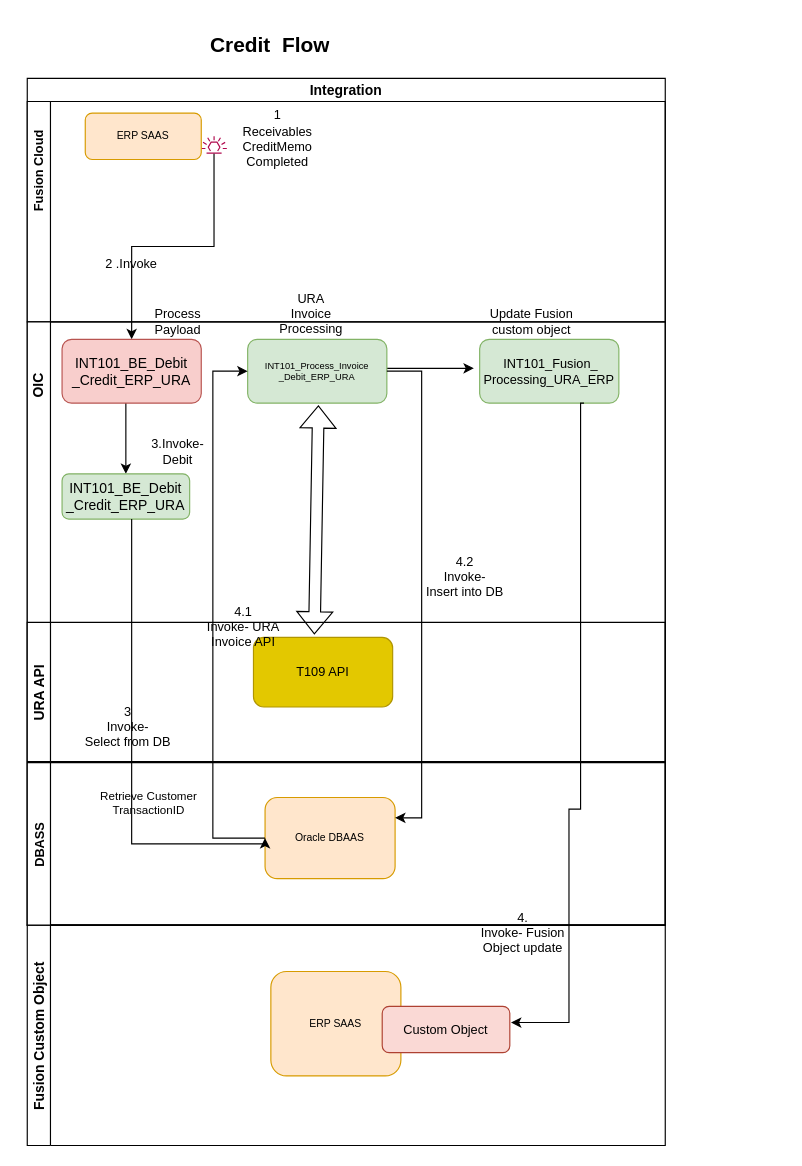
Above: Credit-Flow Diagram.drawio in anantwag19/Workspace (draw.io), before the change. Source tidied: cells renumbered, new cells numbered last; positions are measured from the earlier drawing's top-left corner, leaving out a move shared by most shapes. Both pictures are drawn from the tidied source at 116%, with x=0, y=0 at pixel (-14, 31).
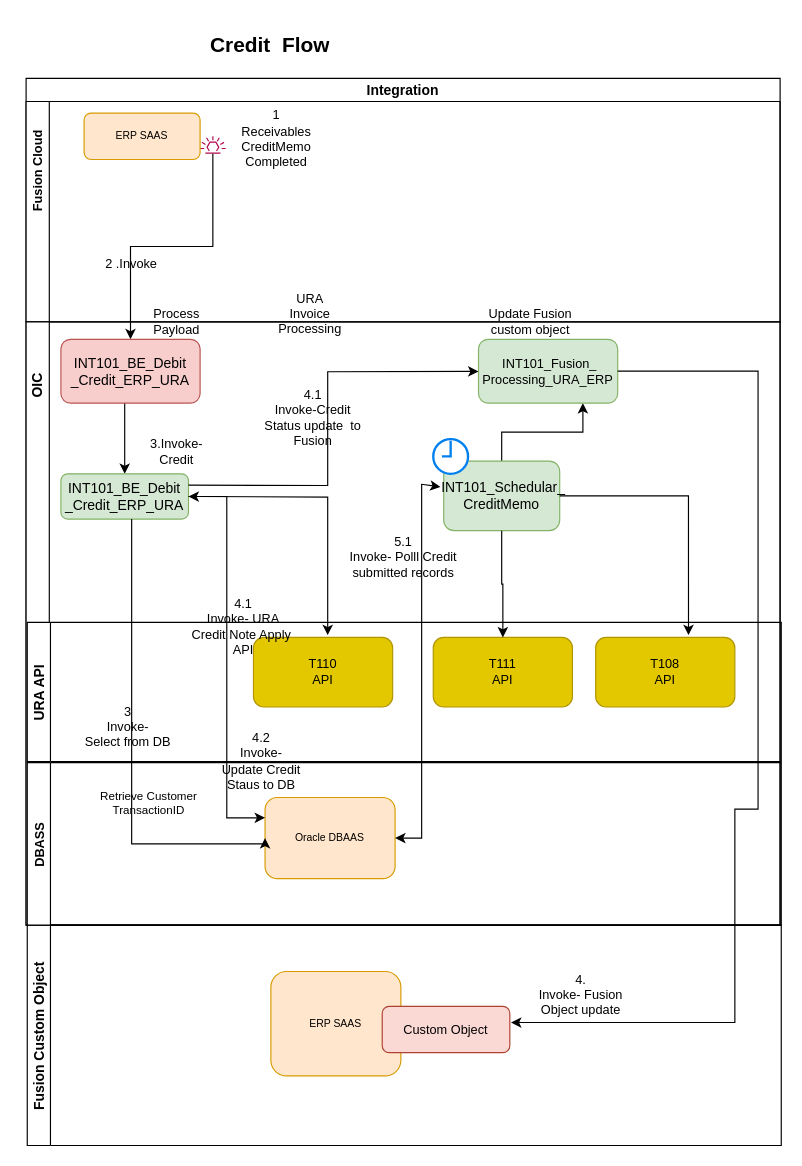
The same diagram, later.

The change refers to these unchanged cells:
```xml
<mxCell id="17" value="&lt;div style=&quot;font-size: 11px&quot;&gt;&amp;nbsp;&lt;font style=&quot;font-size: 11px&quot;&gt;INT101_Fusion_&lt;/font&gt;&lt;/div&gt;&lt;div style=&quot;font-size: 11px&quot;&gt;&lt;font style=&quot;font-size: 11px&quot;&gt;Processing_URA_ERP&lt;/font&gt;&lt;/div&gt;" style="rounded=1;whiteSpace=wrap;html=1;fillColor=#d5e8d4;strokeColor=#82b366;" parent="11" vertex="1">
  <mxGeometry x="390" y="15" width="120" height="55" as="geometry" />
</mxCell>
<mxCell id="20" value="INT101_BE_Debit _Credit_ERP_URA" style="rounded=1;whiteSpace=wrap;html=1;fillColor=#d5e8d4;strokeColor=#82b366;" parent="11" vertex="1">
  <mxGeometry x="30" y="131" width="110" height="39" as="geometry" />
</mxCell>
<mxCell id="29" value="Oracle DBAAS" style="rounded=1;whiteSpace=wrap;html=1;fontSize=9;fillColor=#ffe6cc;strokeColor=#d79b00;" parent="28" vertex="1">
  <mxGeometry x="205" y="30" width="112.1" height="70" as="geometry" />
</mxCell>
```

The edit, as a diff of the source:
```diff
@@
     <mxCell id="2" value="Integration " style="swimlane;horizontal=1;startSize=20;" parent="1" vertex="1">
-      <mxGeometry x="35" y="40" width="550" height="730" as="geometry" />
+      <mxGeometry x="34" y="40" width="650" height="730" as="geometry" />
     </mxCell>
     <mxCell id="3" style="swimlane;startSize=20;horizontal=0;" parent="2" vertex="1">
-      <mxGeometry y="20" width="550" height="190" as="geometry" />
+      <mxGeometry y="20" width="650" height="190" as="geometry" />
     </mxCell>
@@
     <mxCell id="11" style="swimlane;startSize=20;horizontal=0;" parent="2" vertex="1">
-      <mxGeometry y="210" width="550" height="520" as="geometry" />
+      <mxGeometry y="210" width="650" height="520" as="geometry" />
     </mxCell>
@@
-    <mxCell id="13" style="edgeStyle=orthogonalEdgeStyle;rounded=0;orthogonalLoop=1;jettySize=auto;html=1;entryX=0;entryY=0.5;entryDx=0;entryDy=0;fontSize=9;exitX=0.992;exitY=0.4;exitDx=0;exitDy=0;exitPerimeter=0;" parent="11" edge="1">
-      <mxGeometry relative="1" as="geometry">
-        <mxPoint x="309" y="40" as="sourcePoint" />
-        <mxPoint x="385" y="40" as="targetPoint" />
-      </mxGeometry>
-    </mxCell>
@@
+    <mxCell id="40" style="edgeStyle=orthogonalEdgeStyle;rounded=0;jettySize=auto;html=1;entryX=0.75;entryY=1;entryDx=0;entryDy=0;" parent="11" edge="1" source="16" target="17">
+      <mxGeometry relative="1" as="geometry" />
+    </mxCell>
-    <mxCell id="16" value="&lt;div style=&quot;font-size: 8px&quot;&gt;&lt;span&gt;&lt;font style=&quot;font-size: 8px&quot;&gt;INT101_Process_Invoice&lt;/font&gt;&lt;/span&gt;&lt;/div&gt;&lt;div style=&quot;font-size: 8px&quot;&gt;&lt;span&gt;&lt;font style=&quot;font-size: 8px&quot;&gt;_Debit_ERP_URA &lt;/font&gt;&lt;/span&gt;&lt;/div&gt;" style="rounded=1;whiteSpace=wrap;html=1;fillColor=#d5e8d4;strokeColor=#82b366;fontStyle=0;" parent="11" vertex="1">
-      <mxGeometry x="190" y="15" width="120" height="55" as="geometry" />
+    <mxCell id="16" value="&lt;div&gt;&amp;nbsp;INT101_Schedular_&lt;/div&gt;&lt;div&gt;CreditMemo&lt;/div&gt;" style="rounded=1;whiteSpace=wrap;html=1;fillColor=#d5e8d4;strokeColor=#82b366;fontStyle=0;" parent="11" vertex="1">
+      <mxGeometry x="360" y="120" width="100" height="60" as="geometry" />
     </mxCell>
@@
-    <mxCell id="19" style="shape=flexArrow;endArrow=classic;startArrow=classic;html=1;rounded=0;fontSize=9;exitX=0.593;exitY=-0.037;exitDx=0;exitDy=0;exitPerimeter=0;" parent="11" edge="1">
-      <mxGeometry relative="1" as="geometry">
-        <mxPoint x="247.5" y="269.4" as="sourcePoint" />
-        <mxPoint x="251" y="72" as="targetPoint" />
-      </mxGeometry>
-    </mxCell>
@@
-    <mxCell id="21" value="&lt;div&gt;4.2&lt;/div&gt;&lt;div&gt;Invoke- &lt;br&gt;&lt;/div&gt;&lt;div&gt;Insert into DB&lt;br&gt;&lt;/div&gt;" style="text;html=1;strokeColor=none;fillColor=none;align=center;verticalAlign=middle;whiteSpace=wrap;rounded=0;fontSize=11;" parent="11" vertex="1">
-      <mxGeometry x="330" y="200" width="95" height="40" as="geometry" />
-    </mxCell>
-    <mxCell id="22" value="3.Invoke-Debit " style="text;html=1;strokeColor=none;fillColor=none;align=center;verticalAlign=middle;whiteSpace=wrap;rounded=0;fontSize=11;" parent="11" vertex="1">
+    <mxCell id="22" value="3.Invoke-Credit " style="text;html=1;strokeColor=none;fillColor=none;align=center;verticalAlign=middle;whiteSpace=wrap;rounded=0;fontSize=11;" parent="11" vertex="1">
       <mxGeometry x="100" y="97" width="60" height="30" as="geometry" />
     </mxCell>
+    <mxCell id="41" style="endArrow=classic;startArrow=classic;html=1;rounded=0;exitX=1;exitY=0.5;exitDx=0;exitDy=0;" parent="11" edge="1" source="20">
+      <mxGeometry relative="1" as="geometry">
+        <mxPoint x="260" y="270" as="targetPoint" />
+        <Array as="points">
+          <mxPoint x="260" y="151" />
+        </Array>
+      </mxGeometry>
+    </mxCell>
+    <mxCell id="42" value="&lt;div&gt;4.1&lt;/div&gt;&lt;div&gt;Invoke-Credit Status update&amp;nbsp; to Fusion &lt;br&gt;&lt;/div&gt;" style="text;html=1;strokeColor=none;fillColor=none;align=center;verticalAlign=middle;whiteSpace=wrap;rounded=0;fontSize=11;" parent="11" vertex="1">
+      <mxGeometry x="200" y="60" width="95" height="45" as="geometry" />
+    </mxCell>
+    <mxCell id="43" style="endArrow=classic;html=1;rounded=0;exitX=1;exitY=0.25;exitDx=0;exitDy=0;" parent="11" edge="1" source="20" target="17">
+      <mxGeometry relative="1" as="geometry">
+        <Array as="points">
+          <mxPoint x="260" y="141" />
+          <mxPoint x="260" y="43" />
+        </Array>
+      </mxGeometry>
+    </mxCell>
+    <mxCell id="44" style="html=1;verticalLabelPosition=bottom;align=center;labelBackgroundColor=#ffffff;verticalAlign=top;strokeWidth=2;strokeColor=#0080F0;shadow=0;dashed=0;shape=mxgraph.ios7.icons.clock;" parent="11" vertex="1">
+      <mxGeometry x="351" y="101" width="30" height="30" as="geometry" />
+    </mxCell>
+    <mxCell id="45" value="&lt;div&gt;5.1&lt;/div&gt;&lt;div&gt;Invoke- Polll Credit submitted records&lt;br&gt;&lt;/div&gt;" style="text;html=1;strokeColor=none;fillColor=none;align=center;verticalAlign=middle;whiteSpace=wrap;rounded=0;fontSize=11;" parent="11" vertex="1">
+      <mxGeometry x="277.5" y="180" width="95" height="45" as="geometry" />
+    </mxCell>
@@
     <mxCell id="25" value="Fusion Custom Object" style="swimlane;startSize=20;horizontal=0;fontSize=12;fontStyle=1;" parent="1" vertex="1">
-      <mxGeometry x="35" y="770" width="550" height="190" as="geometry" />
+      <mxGeometry x="35" y="770" width="650" height="190" as="geometry" />
     </mxCell>
@@
     <mxCell id="28" value="DBASS" style="swimlane;startSize=20;horizontal=0;fontSize=11;" parent="25" vertex="1">
-      <mxGeometry y="-140" width="550" height="140" as="geometry" />
+      <mxGeometry y="-140" width="650" height="140" as="geometry" />
     </mxCell>
@@
-    <mxCell id="30" value="4.&lt;div&gt;Invoke- Fusion Object update&lt;br&gt;&lt;/div&gt;" style="text;html=1;strokeColor=none;fillColor=none;align=center;verticalAlign=middle;whiteSpace=wrap;rounded=0;fontSize=11;" parent="28" vertex="1">
-      <mxGeometry x="380" y="127" width="95" height="40" as="geometry" />
-    </mxCell>
@@
-    <mxCell id="32" style="edgeStyle=orthogonalEdgeStyle;rounded=0;jettySize=auto;html=1;entryX=1;entryY=0;entryDx=0;entryDy=0;fontSize=11;exitX=0.75;exitY=1;exitDx=0;exitDy=0;" parent="28" edge="1" source="17">
+    <mxCell id="32" style="edgeStyle=orthogonalEdgeStyle;rounded=0;jettySize=auto;html=1;entryX=1;entryY=0;entryDx=0;entryDy=0;fontSize=11;exitX=1;exitY=0.5;exitDx=0;exitDy=0;" parent="28" edge="1" source="17">
       <mxGeometry relative="1" as="geometry">
         <mxPoint x="417" y="224" as="targetPoint" />
         <Array as="points">
-          <mxPoint x="477" y="-310" />
-          <mxPoint x="477" y="40" />
-          <mxPoint x="467" y="40" />
-          <mxPoint x="467" y="224" />
+          <mxPoint x="630" y="-337" />
+          <mxPoint x="630" y="40" />
+          <mxPoint x="610" y="40" />
+          <mxPoint x="610" y="224" />
         </Array>
       </mxGeometry>
     </mxCell>
+    <mxCell id="46" value="&lt;div&gt;4.2&lt;br&gt;&lt;/div&gt;&lt;div&gt;Invoke- &lt;br&gt;&lt;/div&gt;&lt;div&gt;Update Credit Staus to DB&lt;br&gt;&lt;/div&gt;" style="text;html=1;strokeColor=none;fillColor=none;align=center;verticalAlign=middle;whiteSpace=wrap;rounded=0;fontSize=11;" parent="28" vertex="1">
+      <mxGeometry x="159" y="-30" width="86" height="58" as="geometry" />
+    </mxCell>
+    <mxCell id="30" value="4.&lt;div&gt;Invoke- Fusion Object update&lt;br&gt;&lt;/div&gt;" style="text;html=1;strokeColor=none;fillColor=none;align=center;verticalAlign=middle;whiteSpace=wrap;rounded=0;fontSize=11;" parent="25" vertex="1">
+      <mxGeometry x="430" y="40" width="95" height="40" as="geometry" />
+    </mxCell>
     <mxCell id="33" value="URA API" style="swimlane;startSize=20;horizontal=0;" parent="1" vertex="1">
-      <mxGeometry x="35" y="509" width="550" height="120" as="geometry" />
+      <mxGeometry x="35" y="509" width="650" height="120" as="geometry" />
     </mxCell>
-    <mxCell id="34" value="T109 API " style="rounded=1;whiteSpace=wrap;html=1;fontSize=11;fillColor=#e3c800;fontColor=#000000;strokeColor=#B09500;" parent="33" vertex="1">
+    <mxCell id="34" value="&lt;div&gt;T110 &lt;br&gt;&lt;/div&gt;&lt;div&gt;API &lt;/div&gt;" style="rounded=1;whiteSpace=wrap;html=1;fontSize=11;fillColor=#e3c800;fontColor=#000000;strokeColor=#B09500;" parent="33" vertex="1">
       <mxGeometry x="195" y="13" width="120" height="60" as="geometry" />
     </mxCell>
-    <mxCell id="35" value="&lt;div&gt;4.1&lt;/div&gt;&lt;div&gt;Invoke- URA Invoice API&lt;/div&gt;" style="text;html=1;strokeColor=none;fillColor=none;align=center;verticalAlign=middle;whiteSpace=wrap;rounded=0;fontSize=11;" parent="33" vertex="1">
+    <mxCell id="35" value="&lt;div&gt;4.1&lt;/div&gt;&lt;div&gt;Invoke- URA Credit Note Apply&amp;nbsp; API&lt;/div&gt;" style="text;html=1;strokeColor=none;fillColor=none;align=center;verticalAlign=middle;whiteSpace=wrap;rounded=0;fontSize=11;" parent="33" vertex="1">
       <mxGeometry x="139" y="-19" width="95" height="45" as="geometry" />
     </mxCell>
@@
-    <mxCell id="37" style="edgeStyle=orthogonalEdgeStyle;rounded=0;jettySize=auto;html=1;entryX=1;entryY=0.25;entryDx=0;entryDy=0;fontSize=11;" parent="1" edge="1" source="16" target="29">
-      <mxGeometry relative="1" as="geometry">
-        <Array as="points">
-          <mxPoint x="375" y="292" />
-          <mxPoint x="375" y="678" />
-        </Array>
-      </mxGeometry>
-    </mxCell>
+    <mxCell id="47" value="&lt;div&gt;T111&lt;/div&gt;&lt;div&gt;API &lt;/div&gt;" style="rounded=1;whiteSpace=wrap;html=1;fontSize=11;fillColor=#e3c800;fontColor=#000000;strokeColor=#B09500;" parent="33" vertex="1">
+      <mxGeometry x="350" y="13" width="120" height="60" as="geometry" />
+    </mxCell>
+    <mxCell id="48" value="&lt;div&gt;T108&lt;/div&gt;&lt;div&gt;API &lt;/div&gt;" style="rounded=1;whiteSpace=wrap;html=1;fontSize=11;fillColor=#e3c800;fontColor=#000000;strokeColor=#B09500;" parent="33" vertex="1">
+      <mxGeometry x="490" y="13" width="120" height="60" as="geometry" />
+    </mxCell>
+    <mxCell id="39" style="edgeStyle=orthogonalEdgeStyle;rounded=0;jettySize=auto;html=1;fontSize=11;entryX=0;entryY=0.5;entryDx=0;entryDy=0;" parent="1" edge="1" source="20" target="29">
+      <mxGeometry relative="1" as="geometry">
+        <Array as="points">
+          <mxPoint x="125" y="700" />
+          <mxPoint x="240" y="700" />
+        </Array>
+      </mxGeometry>
+    </mxCell>
+    <mxCell id="49" style="edgeStyle=orthogonalEdgeStyle;rounded=0;jettySize=auto;html=1;entryX=0;entryY=0.25;entryDx=0;entryDy=0;" parent="1" edge="1" source="20" target="29">
+      <mxGeometry relative="1" as="geometry" />
+    </mxCell>
-    <mxCell id="38" style="edgeStyle=orthogonalEdgeStyle;rounded=0;jettySize=auto;html=1;entryX=0;entryY=0.5;entryDx=0;entryDy=0;fontSize=10;" parent="1" edge="1" source="29" target="16">
+    <mxCell id="38" style="endArrow=classic;startArrow=classic;html=1;rounded=0;exitX=1;exitY=0.5;exitDx=0;exitDy=0;entryX=-0.027;entryY=0.371;entryDx=0;entryDy=0;entryPerimeter=0;" parent="1" edge="1" source="29" target="16">
       <mxGeometry relative="1" as="geometry">
         <Array as="points">
-          <mxPoint x="195" y="695" />
-          <mxPoint x="195" y="292" />
+          <mxPoint x="375" y="695" />
+          <mxPoint x="375" y="490" />
+          <mxPoint x="375" y="440" />
+          <mxPoint x="375" y="390" />
         </Array>
       </mxGeometry>
     </mxCell>
-    <mxCell id="39" style="edgeStyle=orthogonalEdgeStyle;rounded=0;jettySize=auto;html=1;fontSize=11;entryX=0;entryY=0.5;entryDx=0;entryDy=0;" parent="1" edge="1" source="20" target="29">
-      <mxGeometry relative="1" as="geometry">
-        <Array as="points">
-          <mxPoint x="125" y="700" />
-          <mxPoint x="240" y="700" />
-        </Array>
-      </mxGeometry>
-    </mxCell>
+    <mxCell id="50" style="edgeStyle=orthogonalEdgeStyle;rounded=0;jettySize=auto;html=1;" parent="1" edge="1" source="16" target="47">
+      <mxGeometry relative="1" as="geometry" />
+    </mxCell>
+    <mxCell id="51" style="edgeStyle=orthogonalEdgeStyle;rounded=0;jettySize=auto;html=1;entryX=0.667;entryY=-0.033;entryDx=0;entryDy=0;entryPerimeter=0;" parent="1" edge="1" source="16" target="48">
+      <mxGeometry relative="1" as="geometry" />
+    </mxCell>
```
